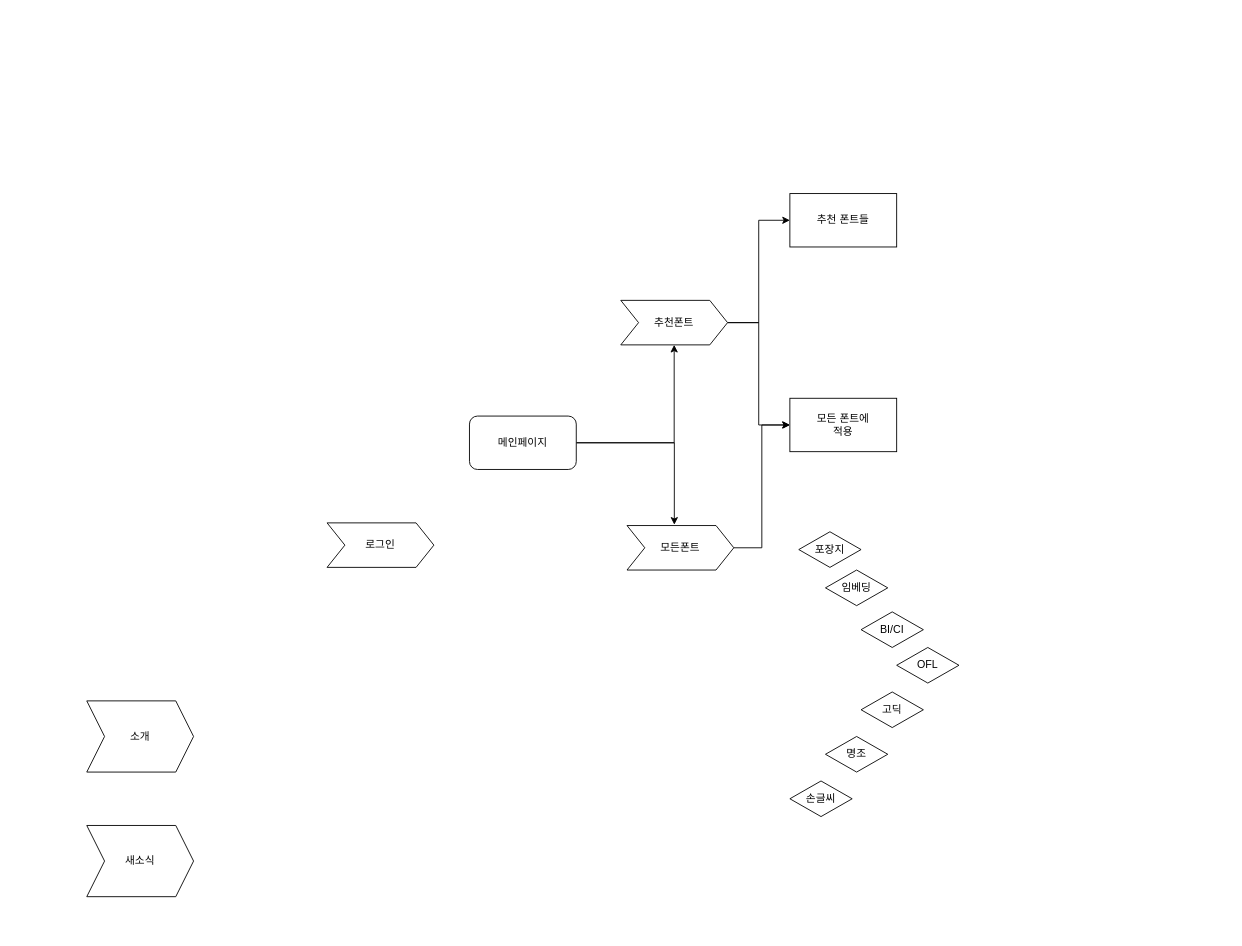
Earlier version of the draw.io diagram 눈누.drawio (seungjae6874/Likealion). Source tidied: cells renumbered, new cells numbered last; positions are measured from the earlier drawing's top-left corner, leaving out a move shared by most shapes. Both pictures are drawn from the tidied source at 89%, with x=0, y=0 at pixel (86, 193).
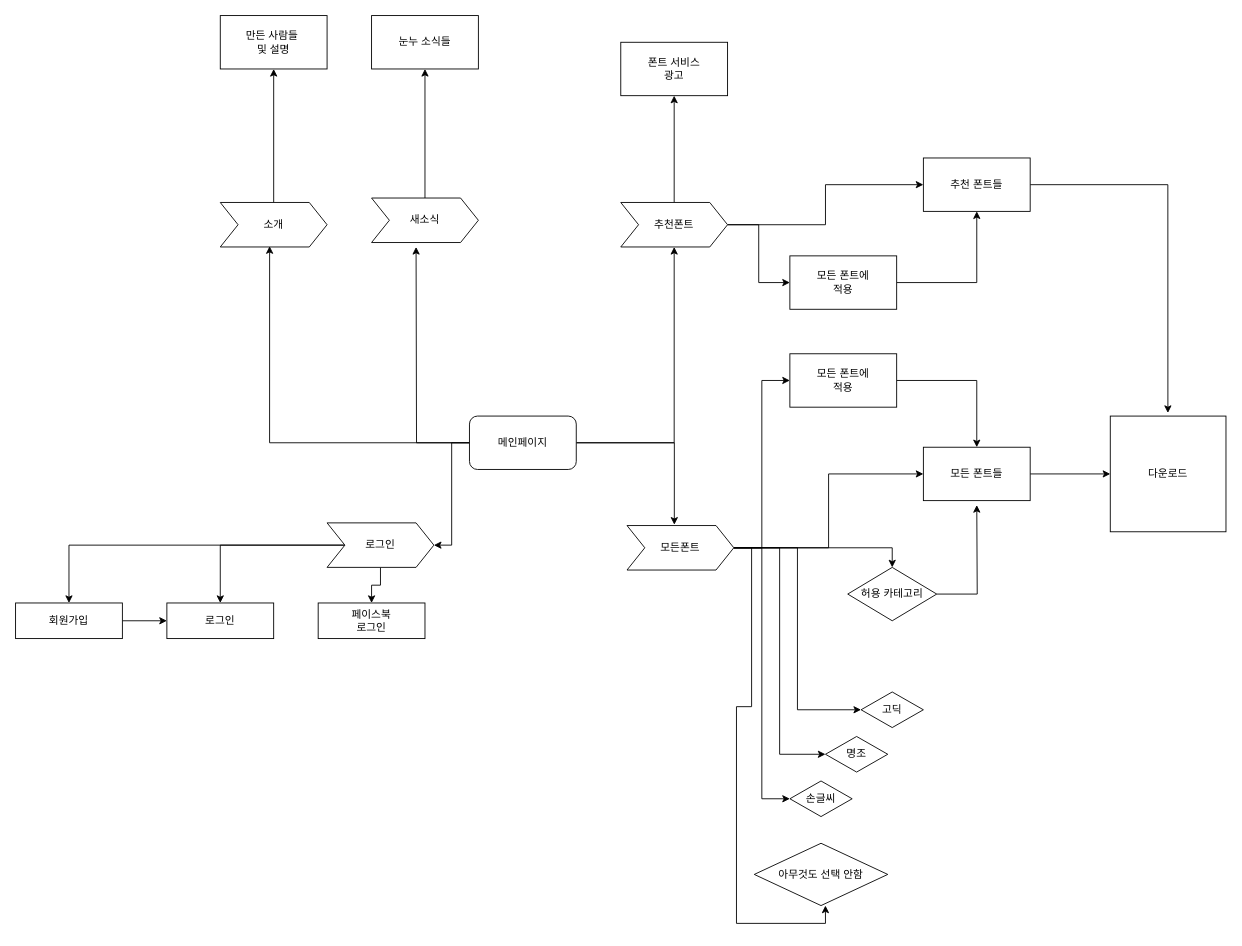
The same diagram, later.

The change refers to these unchanged cells:
```xml
<mxCell id="4" value="메인페이지" style="rounded=1;whiteSpace=wrap;html=1;" parent="1" vertex="1">
  <mxGeometry x="430" y="250" width="120" height="60" as="geometry" />
</mxCell>
<mxCell id="5" value="로그인" style="shape=step;perimeter=stepPerimeter;whiteSpace=wrap;html=1;fixedSize=1;" parent="1" vertex="1">
  <mxGeometry x="270" y="370" width="120" height="50" as="geometry" />
</mxCell>
<mxCell id="10" value="모든폰트" style="shape=step;perimeter=stepPerimeter;whiteSpace=wrap;html=1;fixedSize=1;" parent="1" vertex="1">
  <mxGeometry x="607" y="373" width="120" height="50" as="geometry" />
</mxCell>
<mxCell id="19" value="손글씨" style="rhombus;whiteSpace=wrap;html=1;" parent="1" vertex="1">
  <mxGeometry x="790" y="660" width="70" height="40" as="geometry" />
</mxCell>
<mxCell id="20" value="명조" style="rhombus;whiteSpace=wrap;html=1;" parent="1" vertex="1">
  <mxGeometry x="830" y="610" width="70" height="40" as="geometry" />
</mxCell>
<mxCell id="21" value="고딕" style="rhombus;whiteSpace=wrap;html=1;" parent="1" vertex="1">
  <mxGeometry x="870" y="560" width="70" height="40" as="geometry" />
</mxCell>
```

The edit, as a diff of the source:
```diff
@@
+    <mxCell id="22" style="edgeStyle=orthogonalEdgeStyle;rounded=0;jettySize=auto;html=1;entryX=0.462;entryY=0.982;entryDx=0;entryDy=0;entryPerimeter=0;" parent="1" edge="1" source="4" target="11">
+      <mxGeometry relative="1" as="geometry" />
+    </mxCell>
+    <mxCell id="23" style="edgeStyle=orthogonalEdgeStyle;rounded=0;jettySize=auto;html=1;" parent="1" edge="1" source="4">
+      <mxGeometry relative="1" as="geometry">
+        <mxPoint x="370" y="60" as="targetPoint" />
+      </mxGeometry>
+    </mxCell>
+    <mxCell id="24" style="edgeStyle=orthogonalEdgeStyle;rounded=0;jettySize=auto;html=1;entryX=1;entryY=0.5;entryDx=0;entryDy=0;" parent="1" edge="1" source="4" target="5">
+      <mxGeometry relative="1" as="geometry" />
+    </mxCell>
@@
+    <mxCell id="25" style="edgeStyle=orthogonalEdgeStyle;rounded=0;jettySize=auto;html=1;" parent="1" edge="1" source="5" target="51">
+      <mxGeometry relative="1" as="geometry" />
+    </mxCell>
+    <mxCell id="26" style="edgeStyle=orthogonalEdgeStyle;rounded=0;jettySize=auto;html=1;entryX=0.5;entryY=0;entryDx=0;entryDy=0;" parent="1" edge="1" source="5" target="50">
+      <mxGeometry relative="1" as="geometry" />
+    </mxCell>
+    <mxCell id="27" style="edgeStyle=orthogonalEdgeStyle;rounded=0;jettySize=auto;html=1;entryX=0.5;entryY=0;entryDx=0;entryDy=0;" parent="1" edge="1" source="5" target="53">
+      <mxGeometry relative="1" as="geometry" />
+    </mxCell>
@@
+    <mxCell id="28" style="edgeStyle=orthogonalEdgeStyle;rounded=0;jettySize=auto;html=1;entryX=0.5;entryY=1;entryDx=0;entryDy=0;" parent="1" edge="1" source="8" target="54">
+      <mxGeometry relative="1" as="geometry" />
+    </mxCell>
     <mxCell id="8" value="추천폰트" style="shape=step;perimeter=stepPerimeter;whiteSpace=wrap;html=1;fixedSize=1;" parent="1" vertex="1">
-      <mxGeometry x="600" y="120" width="120" height="50" as="geometry" />
+      <mxGeometry x="600" y="10" width="120" height="50" as="geometry" />
     </mxCell>
-    <mxCell id="9" style="edgeStyle=orthogonalEdgeStyle;rounded=0;jettySize=auto;html=1;entryX=0;entryY=0.5;entryDx=0;entryDy=0;" parent="1" edge="1" source="10" target="13">
-      <mxGeometry relative="1" as="geometry" />
-    </mxCell>
+    <mxCell id="29" style="edgeStyle=orthogonalEdgeStyle;rounded=0;jettySize=auto;html=1;entryX=0;entryY=0.5;entryDx=0;entryDy=0;" parent="1" edge="1" source="10" target="21">
+      <mxGeometry relative="1" as="geometry" />
+    </mxCell>
+    <mxCell id="30" style="edgeStyle=orthogonalEdgeStyle;rounded=0;jettySize=auto;html=1;entryX=0;entryY=0.5;entryDx=0;entryDy=0;" parent="1" edge="1" source="10" target="20">
+      <mxGeometry relative="1" as="geometry" />
+    </mxCell>
+    <mxCell id="31" style="edgeStyle=orthogonalEdgeStyle;rounded=0;jettySize=auto;html=1;entryX=0;entryY=0.5;entryDx=0;entryDy=0;" parent="1" edge="1" source="10" target="19">
+      <mxGeometry relative="1" as="geometry" />
+    </mxCell>
+    <mxCell id="32" style="edgeStyle=orthogonalEdgeStyle;rounded=0;jettySize=auto;html=1;entryX=0.533;entryY=1;entryDx=0;entryDy=0;entryPerimeter=0;" parent="1" edge="1" source="10" target="40">
+      <mxGeometry relative="1" as="geometry" />
+    </mxCell>
+    <mxCell id="33" style="edgeStyle=orthogonalEdgeStyle;rounded=0;jettySize=auto;html=1;entryX=0;entryY=0.5;entryDx=0;entryDy=0;" parent="1" edge="1" source="10" target="42">
+      <mxGeometry relative="1" as="geometry" />
+    </mxCell>
+    <mxCell id="34" style="edgeStyle=orthogonalEdgeStyle;rounded=0;jettySize=auto;html=1;entryX=0;entryY=0.5;entryDx=0;entryDy=0;" parent="1" edge="1" source="10" target="44">
+      <mxGeometry relative="1" as="geometry" />
+    </mxCell>
+    <mxCell id="35" style="edgeStyle=orthogonalEdgeStyle;rounded=0;jettySize=auto;html=1;entryX=0.5;entryY=0;entryDx=0;entryDy=0;" parent="1" edge="1" source="10" target="47">
+      <mxGeometry relative="1" as="geometry" />
+    </mxCell>
@@
+    <mxCell id="36" style="edgeStyle=orthogonalEdgeStyle;rounded=0;jettySize=auto;html=1;" parent="1" edge="1" source="11" target="48">
+      <mxGeometry relative="1" as="geometry" />
+    </mxCell>
     <mxCell id="11" value="소개" style="shape=step;perimeter=stepPerimeter;whiteSpace=wrap;html=1;fixedSize=1;" parent="1" vertex="1">
-      <mxGeometry y="570" width="120" height="80" as="geometry" />
+      <mxGeometry x="150" y="10" width="120" height="50" as="geometry" />
     </mxCell>
+    <mxCell id="37" style="edgeStyle=orthogonalEdgeStyle;rounded=0;jettySize=auto;html=1;entryX=0.5;entryY=1;entryDx=0;entryDy=0;" parent="1" edge="1" source="12" target="49">
+      <mxGeometry relative="1" as="geometry" />
+    </mxCell>
     <mxCell id="12" value="새소식" style="shape=step;perimeter=stepPerimeter;whiteSpace=wrap;html=1;fixedSize=1;" parent="1" vertex="1">
-      <mxGeometry y="710" width="120" height="80" as="geometry" />
+      <mxGeometry x="320" y="5" width="120" height="50" as="geometry" />
     </mxCell>
+    <mxCell id="38" style="edgeStyle=orthogonalEdgeStyle;rounded=0;jettySize=auto;html=1;entryX=0.5;entryY=1;entryDx=0;entryDy=0;" parent="1" edge="1" source="13" target="14">
+      <mxGeometry relative="1" as="geometry" />
+    </mxCell>
     <mxCell id="13" value="모든 폰트에 &lt;br&gt;적용" style="rounded=0;whiteSpace=wrap;html=1;" parent="1" vertex="1">
-      <mxGeometry x="790" y="230" width="120" height="60" as="geometry" />
+      <mxGeometry x="790" y="70" width="120" height="60" as="geometry" />
     </mxCell>
+    <mxCell id="39" style="edgeStyle=orthogonalEdgeStyle;rounded=0;jettySize=auto;html=1;entryX=0.498;entryY=-0.027;entryDx=0;entryDy=0;entryPerimeter=0;" parent="1" edge="1" source="14" target="45">
+      <mxGeometry relative="1" as="geometry" />
+    </mxCell>
     <mxCell id="14" value="추천 폰트들" style="rounded=0;whiteSpace=wrap;html=1;" parent="1" vertex="1">
-      <mxGeometry x="790" width="120" height="60" as="geometry" />
+      <mxGeometry x="940" y="-40" width="120" height="60" as="geometry" />
     </mxCell>
-    <mxCell id="15" value="포장지" style="rhombus;whiteSpace=wrap;html=1;" parent="1" vertex="1">
-      <mxGeometry x="800" y="380" width="70" height="40" as="geometry" />
-    </mxCell>
-    <mxCell id="16" value="임베딩" style="rhombus;whiteSpace=wrap;html=1;" parent="1" vertex="1">
-      <mxGeometry x="830" y="423" width="70" height="40" as="geometry" />
-    </mxCell>
-    <mxCell id="17" value="BI/CI" style="rhombus;whiteSpace=wrap;html=1;" parent="1" vertex="1">
-      <mxGeometry x="870" y="470" width="70" height="40" as="geometry" />
-    </mxCell>
-    <mxCell id="18" value="OFL" style="rhombus;whiteSpace=wrap;html=1;" parent="1" vertex="1">
-      <mxGeometry x="910" y="510" width="70" height="40" as="geometry" />
-    </mxCell>
@@
+    <mxCell id="40" value="아무것도 선택 안함" style="rhombus;whiteSpace=wrap;html=1;" parent="1" vertex="1">
+      <mxGeometry x="750" y="730" width="150" height="70" as="geometry" />
+    </mxCell>
+    <mxCell id="41" style="edgeStyle=orthogonalEdgeStyle;rounded=0;jettySize=auto;html=1;entryX=0;entryY=0.5;entryDx=0;entryDy=0;" parent="1" edge="1" source="42" target="45">
+      <mxGeometry relative="1" as="geometry" />
+    </mxCell>
+    <mxCell id="42" value="모든 폰트들" style="rounded=0;whiteSpace=wrap;html=1;" parent="1" vertex="1">
+      <mxGeometry x="940" y="285" width="120" height="60" as="geometry" />
+    </mxCell>
+    <mxCell id="43" style="edgeStyle=orthogonalEdgeStyle;rounded=0;jettySize=auto;html=1;entryX=0.5;entryY=0;entryDx=0;entryDy=0;" parent="1" edge="1" source="44" target="42">
+      <mxGeometry relative="1" as="geometry" />
+    </mxCell>
+    <mxCell id="44" value="모든 폰트에 &lt;br&gt;적용" style="rounded=0;whiteSpace=wrap;html=1;" parent="1" vertex="1">
+      <mxGeometry x="790" y="180" width="120" height="60" as="geometry" />
+    </mxCell>
+    <mxCell id="45" value="다운로드" style="whiteSpace=wrap;html=1;" parent="1" vertex="1">
+      <mxGeometry x="1150" y="250" width="130" height="130" as="geometry" />
+    </mxCell>
+    <mxCell id="46" style="edgeStyle=orthogonalEdgeStyle;rounded=0;jettySize=auto;html=1;" parent="1" edge="1" source="47">
+      <mxGeometry relative="1" as="geometry">
+        <mxPoint x="1000" y="350" as="targetPoint" />
+      </mxGeometry>
+    </mxCell>
+    <mxCell id="47" value="허용 카테고리" style="rhombus;whiteSpace=wrap;html=1;" parent="1" vertex="1">
+      <mxGeometry x="855" y="420" width="100" height="60" as="geometry" />
+    </mxCell>
+    <mxCell id="48" value="만든 사람들&amp;nbsp;&lt;br&gt;및 설명" style="rounded=0;whiteSpace=wrap;html=1;" parent="1" vertex="1">
+      <mxGeometry x="150" y="-200" width="120" height="60" as="geometry" />
+    </mxCell>
+    <mxCell id="49" value="눈누 소식들" style="rounded=0;whiteSpace=wrap;html=1;" parent="1" vertex="1">
+      <mxGeometry x="320" y="-200" width="120" height="60" as="geometry" />
+    </mxCell>
+    <mxCell id="50" value="로그인" style="rounded=0;whiteSpace=wrap;html=1;" parent="1" vertex="1">
+      <mxGeometry x="90" y="460" width="120" height="40" as="geometry" />
+    </mxCell>
+    <mxCell id="51" value="페이스북&lt;br&gt;로그인" style="rounded=0;whiteSpace=wrap;html=1;" parent="1" vertex="1">
+      <mxGeometry x="260" y="460" width="120" height="40" as="geometry" />
+    </mxCell>
+    <mxCell id="52" style="edgeStyle=orthogonalEdgeStyle;rounded=0;jettySize=auto;html=1;entryX=0;entryY=0.5;entryDx=0;entryDy=0;" parent="1" edge="1" source="53" target="50">
+      <mxGeometry relative="1" as="geometry" />
+    </mxCell>
+    <mxCell id="53" value="회원가입" style="rounded=0;whiteSpace=wrap;html=1;" parent="1" vertex="1">
+      <mxGeometry x="-80" y="460" width="120" height="40" as="geometry" />
+    </mxCell>
+    <mxCell id="54" value="폰트 서비스&lt;br&gt;광고" style="rounded=0;whiteSpace=wrap;html=1;" parent="1" vertex="1">
+      <mxGeometry x="600" y="-170" width="120" height="60" as="geometry" />
+    </mxCell>
```
